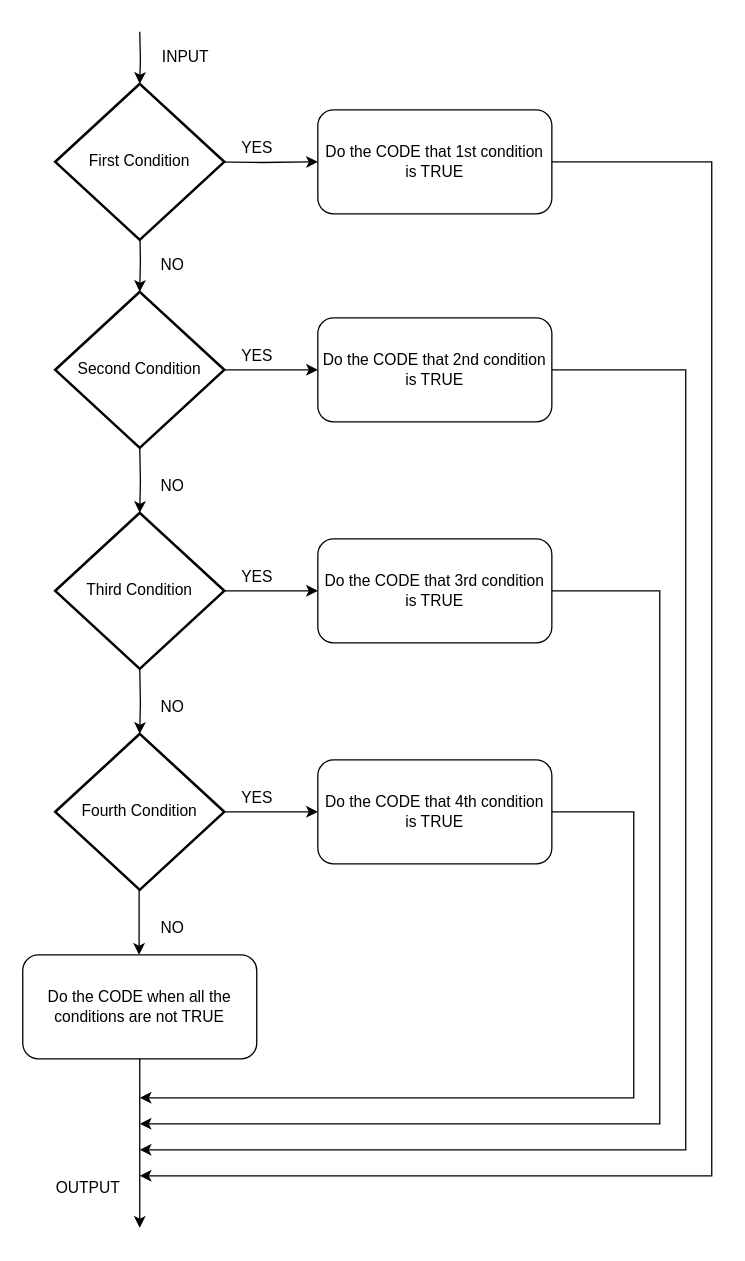
The draw.io diagram src/Untitled Diagram.drawio in as77jc/anime, before the edit. Source tidied: cells renumbered, new cells numbered last; positions are measured from the earlier drawing's top-left corner, leaving out a move shared by most shapes. Both pictures are drawn from the tidied source at 130%, with x=0, y=0 at pixel (22, 31).
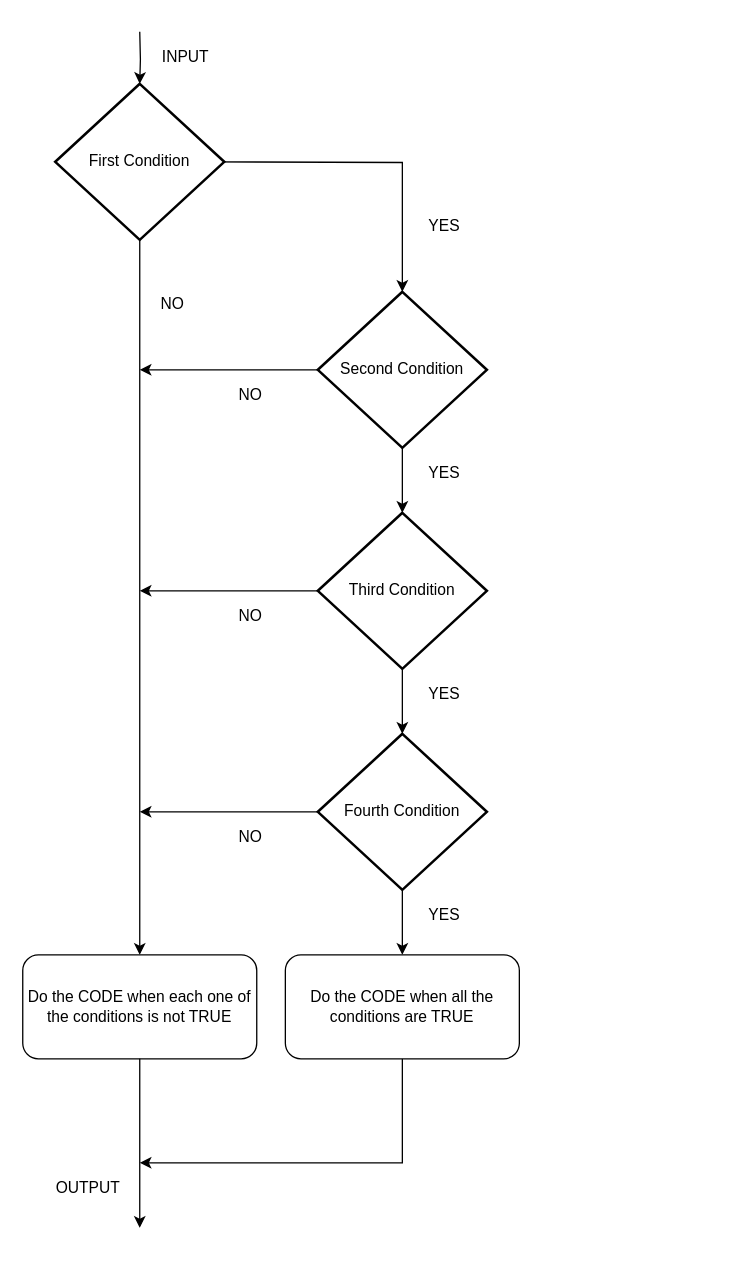
After the change.

Commit message:
nested conditional

Unchanged cells that the change refers to:
```xml
<mxCell id="14" value="First Condition" style="strokeWidth=2;html=1;shape=mxgraph.flowchart.decision;whiteSpace=wrap;" parent="1" vertex="1">
  <mxGeometry x="25" y="40" width="130" height="120" as="geometry" />
</mxCell>
```

Change to the diagram source:
```diff
@@
-    <mxCell id="2" style="edgeStyle=orthogonalEdgeStyle;rounded=0;jettySize=auto;html=1;exitX=1;exitY=0.5;exitDx=0;exitDy=0;" parent="1" edge="1" source="3">
-      <mxGeometry relative="1" as="geometry">
-        <mxPoint x="90" y="880" as="targetPoint" />
-        <Array as="points">
-          <mxPoint x="530" y="100" />
-          <mxPoint x="530" y="880" />
-          <mxPoint x="90" y="880" />
-        </Array>
-      </mxGeometry>
-    </mxCell>
-    <mxCell id="3" value="Do the CODE that 1st condition is TRUE" style="rounded=1;whiteSpace=wrap;html=1;" parent="1" vertex="1">
-      <mxGeometry x="227" y="60" width="180" height="80" as="geometry" />
-    </mxCell>
-    <mxCell id="4" style="edgeStyle=orthogonalEdgeStyle;rounded=0;jettySize=auto;html=1;entryX=0;entryY=0.5;entryDx=0;entryDy=0;" parent="1" edge="1" target="3">
+    <mxCell id="4" style="edgeStyle=orthogonalEdgeStyle;rounded=0;jettySize=auto;html=1;entryX=0.5;entryY=0;entryDx=0;entryDy=0;entryPerimeter=0;" parent="1" edge="1" target="10">
       <mxGeometry relative="1" as="geometry">
         <mxPoint x="140" y="100" as="sourcePoint" />
       </mxGeometry>
     </mxCell>
-    <mxCell id="5" style="edgeStyle=orthogonalEdgeStyle;rounded=0;jettySize=auto;html=1;exitX=0.5;exitY=1;exitDx=0;exitDy=0;exitPerimeter=0;" parent="1" edge="1" target="10">
-      <mxGeometry relative="1" as="geometry">
-        <mxPoint x="90" y="150" as="sourcePoint" />
-      </mxGeometry>
-    </mxCell>
     <mxCell id="6" value="YES" style="text;html=1;align=center;verticalAlign=middle;strokeColor=none;" parent="1" vertex="1">
-      <mxGeometry x="160" y="80" width="40" height="20" as="geometry" />
+      <mxGeometry x="304" y="140" width="40" height="20" as="geometry" />
     </mxCell>
-    <mxCell id="7" style="edgeStyle=orthogonalEdgeStyle;rounded=0;jettySize=auto;html=1;exitX=1;exitY=0.5;exitDx=0;exitDy=0;" parent="1" edge="1" source="8">
+    <mxCell id="7" style="edgeStyle=orthogonalEdgeStyle;rounded=0;jettySize=auto;html=1;exitX=0;exitY=0.5;exitDx=0;exitDy=0;exitPerimeter=0;" parent="1" edge="1" source="10">
       <mxGeometry relative="1" as="geometry">
-        <mxPoint x="90" y="860" as="targetPoint" />
+        <mxPoint x="90" y="260" as="targetPoint" />
         <Array as="points">
-          <mxPoint x="510" y="260" />
-          <mxPoint x="510" y="860" />
-          <mxPoint x="90" y="860" />
+          <mxPoint x="90" y="260" />
         </Array>
       </mxGeometry>
     </mxCell>
-    <mxCell id="8" value="&lt;span&gt;Do the CODE that 2nd condition is TRUE&lt;/span&gt;" style="rounded=1;whiteSpace=wrap;html=1;" parent="1" vertex="1">
-      <mxGeometry x="227" y="220" width="180" height="80" as="geometry" />
-    </mxCell>
-    <mxCell id="9" style="edgeStyle=orthogonalEdgeStyle;rounded=0;jettySize=auto;html=1;entryX=0;entryY=0.5;entryDx=0;entryDy=0;" parent="1" edge="1" source="10" target="8">
-      <mxGeometry relative="1" as="geometry" />
-    </mxCell>
+    <mxCell id="35" style="edgeStyle=orthogonalEdgeStyle;rounded=0;jettySize=auto;html=1;entryX=0.5;entryY=0;entryDx=0;entryDy=0;entryPerimeter=0;startArrow=none;startFill=0;endArrow=classic;endFill=1;" parent="1" edge="1" source="10" target="20">
+      <mxGeometry relative="1" as="geometry" />
+    </mxCell>
     <mxCell id="10" value="Second Condition" style="strokeWidth=2;html=1;shape=mxgraph.flowchart.decision;whiteSpace=wrap;" parent="1" vertex="1">
-      <mxGeometry x="25" y="200" width="130" height="120" as="geometry" />
+      <mxGeometry x="227" y="200" width="130" height="120" as="geometry" />
     </mxCell>
     <mxCell id="11" value="YES" style="text;html=1;align=center;verticalAlign=middle;strokeColor=none;" parent="1" vertex="1">
-      <mxGeometry x="160" y="240" width="40" height="20" as="geometry" />
+      <mxGeometry x="304" y="330" width="40" height="20" as="geometry" />
     </mxCell>
     <mxCell id="12" value="NO" style="text;html=1;align=center;verticalAlign=middle;strokeColor=none;" parent="1" vertex="1">
-      <mxGeometry x="100" y="170" width="30" height="20" as="geometry" />
+      <mxGeometry x="100" y="200" width="30" height="20" as="geometry" />
     </mxCell>
@@
+    <mxCell id="36" style="edgeStyle=orthogonalEdgeStyle;rounded=0;jettySize=auto;html=1;entryX=0.5;entryY=0;entryDx=0;entryDy=0;startArrow=none;startFill=0;endArrow=classic;endFill=1;" parent="1" edge="1" source="14" target="33">
+      <mxGeometry relative="1" as="geometry" />
+    </mxCell>
@@
-    <mxCell id="16" style="edgeStyle=orthogonalEdgeStyle;rounded=0;jettySize=auto;html=1;exitX=0.5;exitY=1;exitDx=0;exitDy=0;exitPerimeter=0;" parent="1" edge="1" target="20">
-      <mxGeometry relative="1" as="geometry">
-        <mxPoint x="90" y="320" as="sourcePoint" />
-      </mxGeometry>
-    </mxCell>
-    <mxCell id="17" style="edgeStyle=orthogonalEdgeStyle;rounded=0;jettySize=auto;html=1;exitX=1;exitY=0.5;exitDx=0;exitDy=0;" parent="1" edge="1" source="18">
+    <mxCell id="17" style="edgeStyle=orthogonalEdgeStyle;rounded=0;jettySize=auto;html=1;exitX=0;exitY=0.5;exitDx=0;exitDy=0;exitPerimeter=0;" parent="1" edge="1" source="20">
       <mxGeometry relative="1" as="geometry">
-        <mxPoint x="90" y="840" as="targetPoint" />
+        <mxPoint x="90" y="430" as="targetPoint" />
         <Array as="points">
-          <mxPoint x="490" y="430" />
-          <mxPoint x="490" y="840" />
-          <mxPoint x="90" y="840" />
+          <mxPoint x="90" y="430" />
         </Array>
       </mxGeometry>
     </mxCell>
-    <mxCell id="18" value="&lt;span&gt;Do the CODE that 3rd condition is TRUE&lt;/span&gt;" style="rounded=1;whiteSpace=wrap;html=1;" parent="1" vertex="1">
-      <mxGeometry x="227" y="390" width="180" height="80" as="geometry" />
-    </mxCell>
-    <mxCell id="19" style="edgeStyle=orthogonalEdgeStyle;rounded=0;jettySize=auto;html=1;entryX=0;entryY=0.5;entryDx=0;entryDy=0;" parent="1" edge="1" source="20" target="18">
-      <mxGeometry relative="1" as="geometry" />
-    </mxCell>
+    <mxCell id="37" style="edgeStyle=orthogonalEdgeStyle;rounded=0;jettySize=auto;html=1;entryX=0.5;entryY=0;entryDx=0;entryDy=0;entryPerimeter=0;startArrow=none;startFill=0;endArrow=classic;endFill=1;" parent="1" edge="1" source="20" target="27">
+      <mxGeometry relative="1" as="geometry" />
+    </mxCell>
     <mxCell id="20" value="Third Condition" style="strokeWidth=2;html=1;shape=mxgraph.flowchart.decision;whiteSpace=wrap;" parent="1" vertex="1">
-      <mxGeometry x="25" y="370" width="130" height="120" as="geometry" />
+      <mxGeometry x="227" y="370" width="130" height="120" as="geometry" />
     </mxCell>
     <mxCell id="21" value="YES" style="text;html=1;align=center;verticalAlign=middle;strokeColor=none;" parent="1" vertex="1">
-      <mxGeometry x="160" y="410" width="40" height="20" as="geometry" />
+      <mxGeometry x="304" y="500" width="40" height="20" as="geometry" />
     </mxCell>
     <mxCell id="22" value="NO" style="text;html=1;align=center;verticalAlign=middle;strokeColor=none;" parent="1" vertex="1">
-      <mxGeometry x="100" y="340" width="30" height="20" as="geometry" />
+      <mxGeometry x="160" y="270" width="30" height="20" as="geometry" />
     </mxCell>
-    <mxCell id="23" style="edgeStyle=orthogonalEdgeStyle;rounded=0;jettySize=auto;html=1;exitX=0.5;exitY=1;exitDx=0;exitDy=0;exitPerimeter=0;" parent="1" edge="1" target="27">
-      <mxGeometry relative="1" as="geometry">
-        <mxPoint x="90" y="490" as="sourcePoint" />
-      </mxGeometry>
-    </mxCell>
-    <mxCell id="24" style="edgeStyle=orthogonalEdgeStyle;rounded=0;jettySize=auto;html=1;exitX=1;exitY=0.5;exitDx=0;exitDy=0;" parent="1" edge="1" source="25">
+    <mxCell id="24" style="edgeStyle=orthogonalEdgeStyle;rounded=0;jettySize=auto;html=1;exitX=0;exitY=0.5;exitDx=0;exitDy=0;exitPerimeter=0;" parent="1" edge="1" source="27">
       <mxGeometry relative="1" as="geometry">
-        <mxPoint x="90" y="820" as="targetPoint" />
+        <mxPoint x="90" y="600" as="targetPoint" />
         <Array as="points">
-          <mxPoint x="470" y="600" />
-          <mxPoint x="470" y="820" />
-          <mxPoint x="90" y="820" />
+          <mxPoint x="110" y="600" />
+          <mxPoint x="110" y="600" />
         </Array>
       </mxGeometry>
     </mxCell>
-    <mxCell id="25" value="&lt;span&gt;Do the CODE that 4th condition is TRUE&lt;/span&gt;" style="rounded=1;whiteSpace=wrap;html=1;" parent="1" vertex="1">
-      <mxGeometry x="227" y="560" width="180" height="80" as="geometry" />
-    </mxCell>
-    <mxCell id="26" style="edgeStyle=orthogonalEdgeStyle;rounded=0;jettySize=auto;html=1;entryX=0;entryY=0.5;entryDx=0;entryDy=0;" parent="1" edge="1" source="27" target="25">
-      <mxGeometry relative="1" as="geometry" />
-    </mxCell>
+    <mxCell id="38" style="edgeStyle=orthogonalEdgeStyle;rounded=0;jettySize=auto;html=1;startArrow=none;startFill=0;endArrow=classic;endFill=1;" parent="1" edge="1" source="27" target="40">
+      <mxGeometry relative="1" as="geometry" />
+    </mxCell>
     <mxCell id="27" value="Fourth Condition" style="strokeWidth=2;html=1;shape=mxgraph.flowchart.decision;whiteSpace=wrap;" parent="1" vertex="1">
-      <mxGeometry x="25" y="540" width="130" height="120" as="geometry" />
+      <mxGeometry x="227" y="540" width="130" height="120" as="geometry" />
     </mxCell>
     <mxCell id="28" value="YES" style="text;html=1;align=center;verticalAlign=middle;strokeColor=none;" parent="1" vertex="1">
-      <mxGeometry x="160" y="580" width="40" height="20" as="geometry" />
+      <mxGeometry x="304" y="670" width="40" height="20" as="geometry" />
     </mxCell>
     <mxCell id="29" value="NO" style="text;html=1;align=center;verticalAlign=middle;strokeColor=none;" parent="1" vertex="1">
-      <mxGeometry x="100" y="510" width="30" height="20" as="geometry" />
+      <mxGeometry x="160" y="440" width="30" height="20" as="geometry" />
     </mxCell>
@@
     <mxCell id="31" value="NO" style="text;html=1;align=center;verticalAlign=middle;strokeColor=none;" parent="1" vertex="1">
-      <mxGeometry x="100" y="680" width="30" height="20" as="geometry" />
+      <mxGeometry x="160" y="610" width="30" height="20" as="geometry" />
     </mxCell>
-    <mxCell id="32" style="edgeStyle=orthogonalEdgeStyle;rounded=0;orthogonalLoop=1;jettySize=auto;html=1;exitX=0.5;exitY=1;exitDx=0;exitDy=0;exitPerimeter=0;" parent="1" edge="1">
-      <mxGeometry relative="1" as="geometry">
-        <mxPoint x="89.5" y="660" as="sourcePoint" />
-        <mxPoint x="89.5" y="710" as="targetPoint" />
-      </mxGeometry>
-    </mxCell>
-    <mxCell id="33" value="&lt;span&gt;Do the CODE when all the conditions are not TRUE&lt;/span&gt;" style="rounded=1;whiteSpace=wrap;html=1;" parent="1" vertex="1">
+    <mxCell id="33" value="&lt;span&gt;Do the CODE when each one of the conditions is not TRUE&lt;/span&gt;" style="rounded=1;whiteSpace=wrap;html=1;" parent="1" vertex="1">
       <mxGeometry y="710" width="180" height="80" as="geometry" />
     </mxCell>
@@
+    <mxCell id="39" style="edgeStyle=orthogonalEdgeStyle;rounded=0;jettySize=auto;html=1;startArrow=none;startFill=0;endArrow=classic;endFill=1;" parent="1" edge="1" source="40">
+      <mxGeometry relative="1" as="geometry">
+        <mxPoint x="90" y="870" as="targetPoint" />
+        <Array as="points">
+          <mxPoint x="292" y="870" />
+        </Array>
+      </mxGeometry>
+    </mxCell>
+    <mxCell id="40" value="&lt;span&gt;Do the CODE when all the conditions are TRUE&lt;/span&gt;" style="rounded=1;whiteSpace=wrap;html=1;" parent="1" vertex="1">
+      <mxGeometry x="202" y="710" width="180" height="80" as="geometry" />
+    </mxCell>
```
